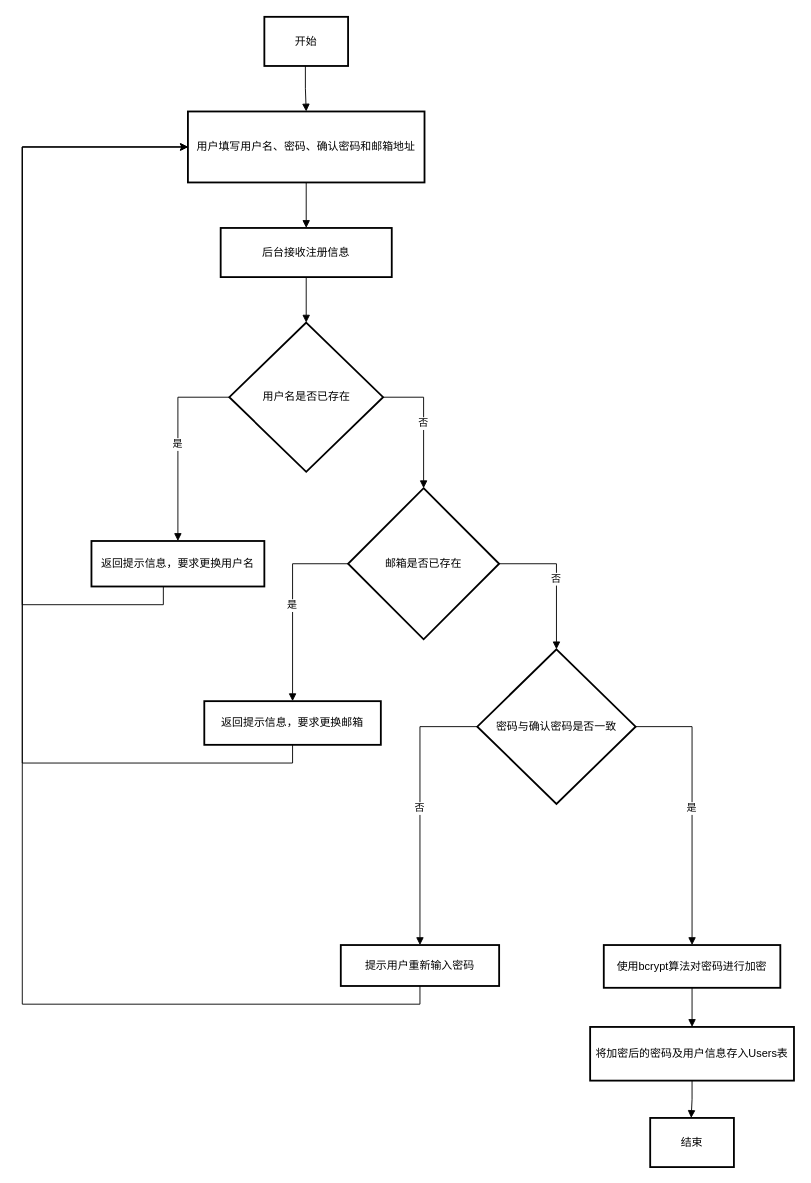
EthaneIceCream/HoloCubic keeps this draw.io diagram as 未命名绘图.drawio. Above is the earlier version. Source tidied: cells renumbered, new cells numbered last; positions are measured from the earlier drawing's top-left corner, leaving out a move shared by most shapes. Both pictures are drawn from the tidied source at 91%, with x=0, y=0 at pixel (22, 16).
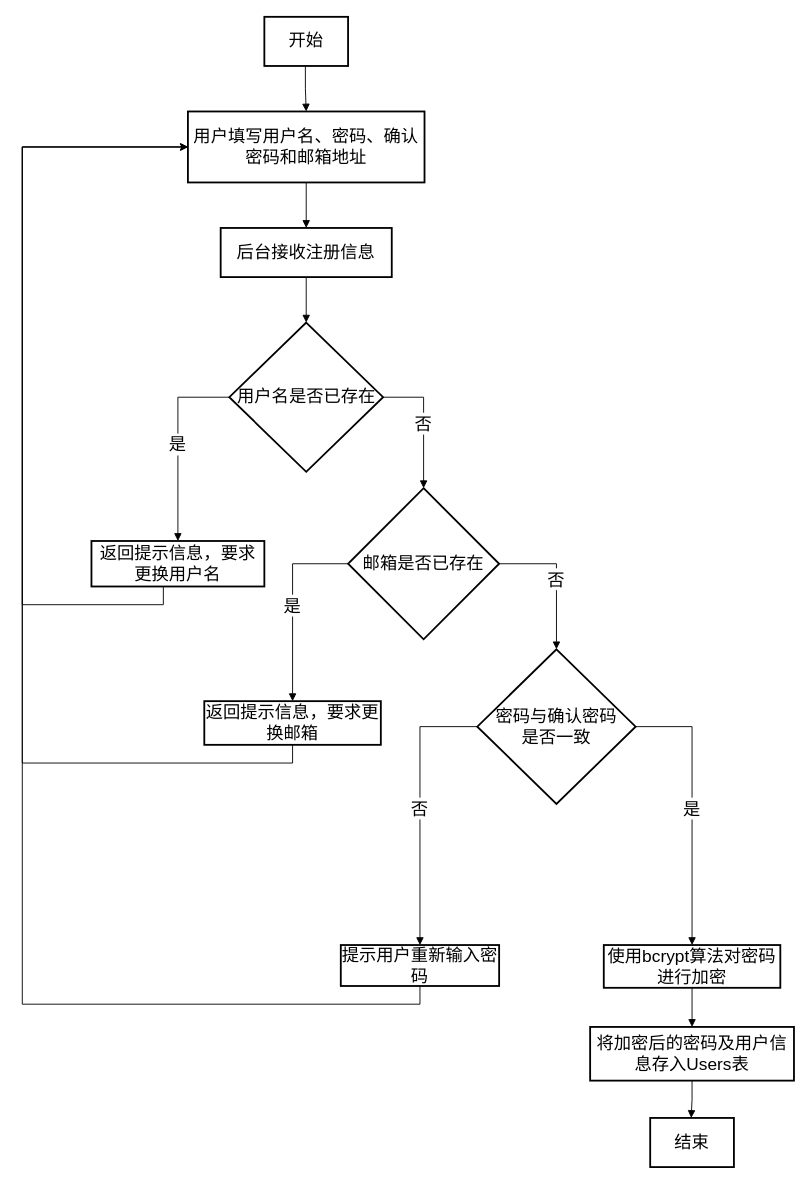
The same page after the edit.

Commit message:
更新未命名绘图.drawio

What changed in the source:
```diff
@@
-    <mxCell id="2" value="开始" style="whiteSpace=wrap;strokeWidth=2;" parent="1" vertex="1">
+    <mxCell id="2" value="开始" style="whiteSpace=wrap;strokeWidth=2;fontSize=19;" parent="1" vertex="1">
       <mxGeometry x="266" width="92" height="54" as="geometry" />
     </mxCell>
-    <mxCell id="3" value="用户填写用户名、密码、确认密码和邮箱地址" style="whiteSpace=wrap;strokeWidth=2;" parent="1" vertex="1">
+    <mxCell id="3" value="用户填写用户名、密码、确认密码和邮箱地址" style="whiteSpace=wrap;strokeWidth=2;fontSize=19;" parent="1" vertex="1">
       <mxGeometry x="182" y="104" width="260" height="78" as="geometry" />
     </mxCell>
-    <mxCell id="4" value="后台接收注册信息" style="whiteSpace=wrap;strokeWidth=2;" parent="1" vertex="1">
+    <mxCell id="4" value="后台接收注册信息" style="whiteSpace=wrap;strokeWidth=2;fontSize=19;" parent="1" vertex="1">
       <mxGeometry x="218" y="232" width="188" height="54" as="geometry" />
     </mxCell>
-    <mxCell id="5" value="用户名是否已存在" style="rhombus;strokeWidth=2;whiteSpace=wrap;" parent="1" vertex="1">
+    <mxCell id="5" value="用户名是否已存在" style="rhombus;strokeWidth=2;whiteSpace=wrap;fontSize=19;" parent="1" vertex="1">
       <mxGeometry x="227.5" y="336" width="169" height="164" as="geometry" />
     </mxCell>
-    <mxCell id="6" style="edgeStyle=orthogonalEdgeStyle;rounded=0;jettySize=auto;html=1;exitX=0.5;exitY=1;exitDx=0;exitDy=0;entryX=0;entryY=0.5;entryDx=0;entryDy=0;" parent="1" edge="1" source="7" target="3">
+    <mxCell id="6" style="edgeStyle=orthogonalEdgeStyle;rounded=0;jettySize=auto;html=1;exitX=0.5;exitY=1;exitDx=0;exitDy=0;entryX=0;entryY=0.5;entryDx=0;entryDy=0;fontSize=19;" parent="1" edge="1" source="7" target="3">
       <mxGeometry relative="1" as="geometry">
         <Array as="points">
           <mxPoint x="155" y="646" />
           <mxPoint y="646" />
           <mxPoint y="143" />
         </Array>
       </mxGeometry>
     </mxCell>
-    <mxCell id="7" value="返回提示信息，要求更换用户名" style="whiteSpace=wrap;strokeWidth=2;" parent="1" vertex="1">
+    <mxCell id="7" value="返回提示信息，要求更换用户名" style="whiteSpace=wrap;strokeWidth=2;fontSize=19;" parent="1" vertex="1">
       <mxGeometry x="76" y="576" width="190" height="50" as="geometry" />
     </mxCell>
-    <mxCell id="8" value="邮箱是否已存在" style="rhombus;strokeWidth=2;whiteSpace=wrap;" parent="1" vertex="1">
+    <mxCell id="8" value="邮箱是否已存在" style="rhombus;strokeWidth=2;whiteSpace=wrap;fontSize=19;" parent="1" vertex="1">
       <mxGeometry x="358" y="518" width="166" height="166" as="geometry" />
     </mxCell>
-    <mxCell id="9" style="edgeStyle=orthogonalEdgeStyle;rounded=0;jettySize=auto;html=1;exitX=0.5;exitY=1;exitDx=0;exitDy=0;entryX=0;entryY=0.5;entryDx=0;entryDy=0;" parent="1" edge="1" source="10" target="3">
+    <mxCell id="9" style="edgeStyle=orthogonalEdgeStyle;rounded=0;jettySize=auto;html=1;exitX=0.5;exitY=1;exitDx=0;exitDy=0;entryX=0;entryY=0.5;entryDx=0;entryDy=0;fontSize=19;" parent="1" edge="1" source="10" target="3">
       <mxGeometry relative="1" as="geometry">
         <Array as="points">
           <mxPoint x="297" y="820" />
           <mxPoint y="820" />
           <mxPoint y="143" />
         </Array>
       </mxGeometry>
     </mxCell>
-    <mxCell id="10" value="返回提示信息，要求更换邮箱" style="whiteSpace=wrap;strokeWidth=2;" parent="1" vertex="1">
+    <mxCell id="10" value="返回提示信息，要求更换邮箱" style="whiteSpace=wrap;strokeWidth=2;fontSize=19;" parent="1" vertex="1">
       <mxGeometry x="200" y="752" width="194" height="48" as="geometry" />
     </mxCell>
-    <mxCell id="11" value="密码与确认密码是否一致" style="rhombus;strokeWidth=2;whiteSpace=wrap;" parent="1" vertex="1">
+    <mxCell id="11" value="密码与确认密码&#10;是否一致" style="rhombus;strokeWidth=2;whiteSpace=wrap;fontSize=19;" parent="1" vertex="1">
       <mxGeometry x="500" y="695" width="174" height="170" as="geometry" />
     </mxCell>
-    <mxCell id="12" style="edgeStyle=orthogonalEdgeStyle;rounded=0;jettySize=auto;html=1;exitX=0.5;exitY=1;exitDx=0;exitDy=0;entryX=0;entryY=0.5;entryDx=0;entryDy=0;" parent="1" edge="1" source="13" target="3">
+    <mxCell id="12" style="edgeStyle=orthogonalEdgeStyle;rounded=0;jettySize=auto;html=1;exitX=0.5;exitY=1;exitDx=0;exitDy=0;entryX=0;entryY=0.5;entryDx=0;entryDy=0;fontSize=19;" parent="1" edge="1" source="13" target="3">
       <mxGeometry relative="1" as="geometry">
         <Array as="points">
           <mxPoint x="437" y="1085" />
           <mxPoint y="1085" />
           <mxPoint y="143" />
         </Array>
       </mxGeometry>
     </mxCell>
-    <mxCell id="13" value="提示用户重新输入密码" style="whiteSpace=wrap;strokeWidth=2;" parent="1" vertex="1">
+    <mxCell id="13" value="提示用户重新输入密码" style="whiteSpace=wrap;strokeWidth=2;fontSize=19;" parent="1" vertex="1">
       <mxGeometry x="350" y="1020" width="174" height="45" as="geometry" />
     </mxCell>
-    <mxCell id="14" value="使用bcrypt算法对密码进行加密" style="whiteSpace=wrap;strokeWidth=2;" parent="1" vertex="1">
+    <mxCell id="14" value="使用bcrypt算法对密码进行加密" style="whiteSpace=wrap;strokeWidth=2;fontSize=19;" parent="1" vertex="1">
       <mxGeometry x="639" y="1020" width="194" height="47" as="geometry" />
     </mxCell>
-    <mxCell id="15" value="将加密后的密码及用户信息存入Users表" style="whiteSpace=wrap;strokeWidth=2;" parent="1" vertex="1">
+    <mxCell id="15" value="将加密后的密码及用户信息存入Users表" style="whiteSpace=wrap;strokeWidth=2;fontSize=19;" parent="1" vertex="1">
       <mxGeometry x="624" y="1110" width="224" height="59" as="geometry" />
     </mxCell>
-    <mxCell id="16" value="结束" style="whiteSpace=wrap;strokeWidth=2;" parent="1" vertex="1">
+    <mxCell id="16" value="结束" style="whiteSpace=wrap;strokeWidth=2;fontSize=19;" parent="1" vertex="1">
       <mxGeometry x="690" y="1210" width="92" height="54" as="geometry" />
     </mxCell>
-    <mxCell id="17" style="startArrow=none;endArrow=block;exitX=0.49;exitY=1;entryX=0.5;entryY=0;rounded=0;edgeStyle=orthogonalEdgeStyle;" parent="1" edge="1" source="2" target="3">
+    <mxCell id="17" style="startArrow=none;endArrow=block;exitX=0.49;exitY=1;entryX=0.5;entryY=0;rounded=0;edgeStyle=orthogonalEdgeStyle;fontSize=19;" parent="1" edge="1" source="2" target="3">
       <mxGeometry relative="1" as="geometry" />
     </mxCell>
-    <mxCell id="18" style="startArrow=none;endArrow=block;exitX=0.5;exitY=1;entryX=0.5;entryY=0;rounded=0;edgeStyle=orthogonalEdgeStyle;" parent="1" edge="1" source="3" target="4">
+    <mxCell id="18" style="startArrow=none;endArrow=block;exitX=0.5;exitY=1;entryX=0.5;entryY=0;rounded=0;edgeStyle=orthogonalEdgeStyle;fontSize=19;" parent="1" edge="1" source="3" target="4">
       <mxGeometry relative="1" as="geometry" />
     </mxCell>
-    <mxCell id="19" style="startArrow=none;endArrow=block;exitX=0.5;exitY=1;entryX=0.5;entryY=0;rounded=0;edgeStyle=orthogonalEdgeStyle;" parent="1" edge="1" source="4" target="5">
+    <mxCell id="19" style="startArrow=none;endArrow=block;exitX=0.5;exitY=1;entryX=0.5;entryY=0;rounded=0;edgeStyle=orthogonalEdgeStyle;fontSize=19;" parent="1" edge="1" source="4" target="5">
       <mxGeometry relative="1" as="geometry" />
     </mxCell>
-    <mxCell id="20" value="是" style="startArrow=none;endArrow=block;exitX=0;exitY=0.5;entryX=0.5;entryY=0;rounded=0;edgeStyle=orthogonalEdgeStyle;exitDx=0;exitDy=0;" parent="1" edge="1" source="5" target="7">
+    <mxCell id="20" value="是" style="startArrow=none;endArrow=block;exitX=0;exitY=0.5;entryX=0.5;entryY=0;rounded=0;edgeStyle=orthogonalEdgeStyle;exitDx=0;exitDy=0;fontSize=19;" parent="1" edge="1" source="5" target="7">
       <mxGeometry relative="1" as="geometry" />
     </mxCell>
-    <mxCell id="21" value="否" style="startArrow=none;endArrow=block;exitX=1;exitY=0.5;entryX=0.5;entryY=0;rounded=0;edgeStyle=orthogonalEdgeStyle;exitDx=0;exitDy=0;" parent="1" edge="1" source="5" target="8">
+    <mxCell id="21" value="否" style="startArrow=none;endArrow=block;exitX=1;exitY=0.5;entryX=0.5;entryY=0;rounded=0;edgeStyle=orthogonalEdgeStyle;exitDx=0;exitDy=0;fontSize=19;" parent="1" edge="1" source="5" target="8">
       <mxGeometry relative="1" as="geometry" />
     </mxCell>
-    <mxCell id="22" value="是" style="startArrow=none;endArrow=block;exitX=0;exitY=0.5;entryX=0.5;entryY=0;rounded=0;edgeStyle=orthogonalEdgeStyle;exitDx=0;exitDy=0;" parent="1" edge="1" source="8" target="10">
+    <mxCell id="22" value="是" style="startArrow=none;endArrow=block;exitX=0;exitY=0.5;entryX=0.5;entryY=0;rounded=0;edgeStyle=orthogonalEdgeStyle;exitDx=0;exitDy=0;fontSize=19;" parent="1" edge="1" source="8" target="10">
       <mxGeometry relative="1" as="geometry" />
     </mxCell>
-    <mxCell id="23" value="否" style="startArrow=none;endArrow=block;exitX=1;exitY=0.5;entryX=0.5;entryY=0;rounded=0;edgeStyle=orthogonalEdgeStyle;exitDx=0;exitDy=0;" parent="1" edge="1" source="8" target="11">
+    <mxCell id="23" value="否" style="startArrow=none;endArrow=block;exitX=1;exitY=0.5;entryX=0.5;entryY=0;rounded=0;edgeStyle=orthogonalEdgeStyle;exitDx=0;exitDy=0;fontSize=19;" parent="1" edge="1" source="8" target="11">
       <mxGeometry relative="1" as="geometry" />
     </mxCell>
-    <mxCell id="24" value="否" style="startArrow=none;endArrow=block;exitX=0;exitY=0.5;entryX=0.5;entryY=0;rounded=0;edgeStyle=orthogonalEdgeStyle;exitDx=0;exitDy=0;" parent="1" edge="1" source="11" target="13">
+    <mxCell id="24" value="否" style="startArrow=none;endArrow=block;exitX=0;exitY=0.5;entryX=0.5;entryY=0;rounded=0;edgeStyle=orthogonalEdgeStyle;exitDx=0;exitDy=0;fontSize=19;" parent="1" edge="1" source="11" target="13">
       <mxGeometry relative="1" as="geometry" />
     </mxCell>
-    <mxCell id="25" value="是" style="startArrow=none;endArrow=block;exitX=1;exitY=0.5;entryX=0.5;entryY=0;rounded=0;edgeStyle=orthogonalEdgeStyle;exitDx=0;exitDy=0;" parent="1" edge="1" source="11" target="14">
+    <mxCell id="25" value="是" style="startArrow=none;endArrow=block;exitX=1;exitY=0.5;entryX=0.5;entryY=0;rounded=0;edgeStyle=orthogonalEdgeStyle;exitDx=0;exitDy=0;fontSize=19;" parent="1" edge="1" source="11" target="14">
       <mxGeometry relative="1" as="geometry" />
     </mxCell>
-    <mxCell id="26" style="startArrow=none;endArrow=block;exitX=0.5;exitY=1;entryX=0.5;entryY=0;rounded=0;edgeStyle=orthogonalEdgeStyle;" parent="1" edge="1" source="14" target="15">
+    <mxCell id="26" style="startArrow=none;endArrow=block;exitX=0.5;exitY=1;entryX=0.5;entryY=0;rounded=0;edgeStyle=orthogonalEdgeStyle;fontSize=19;" parent="1" edge="1" source="14" target="15">
       <mxGeometry relative="1" as="geometry" />
     </mxCell>
-    <mxCell id="27" style="startArrow=none;endArrow=block;exitX=0.5;exitY=1;entryX=0.49;entryY=0;rounded=0;edgeStyle=orthogonalEdgeStyle;" parent="1" edge="1" source="15" target="16">
+    <mxCell id="27" style="startArrow=none;endArrow=block;exitX=0.5;exitY=1;entryX=0.49;entryY=0;rounded=0;edgeStyle=orthogonalEdgeStyle;fontSize=19;" parent="1" edge="1" source="15" target="16">
       <mxGeometry relative="1" as="geometry" />
     </mxCell>
```
